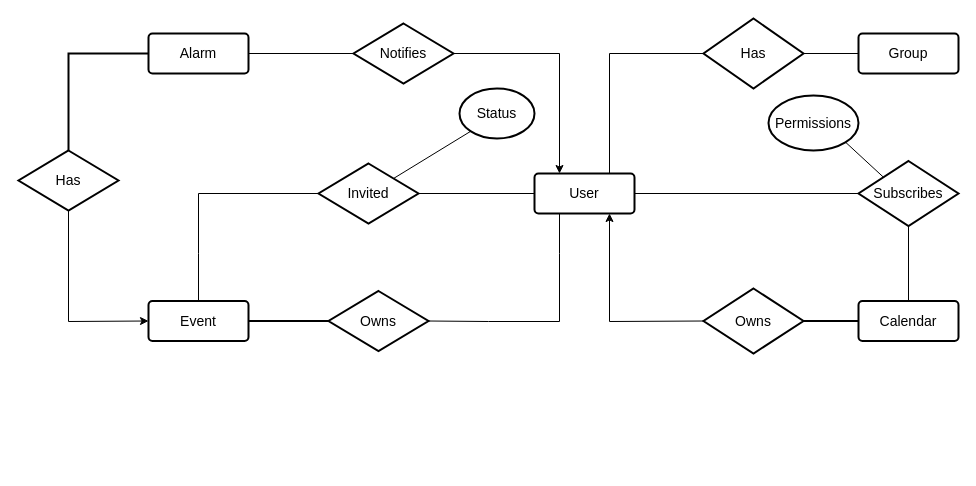
Earlier version of the draw.io diagram ER.drawio (iLostMyEyes/comp3311-ass1). Source tidied: cells renumbered, new cells numbered last; positions are measured from the earlier drawing's top-left corner, leaving out a move shared by most shapes. Both pictures are drawn from the tidied source at 100%, with x=0, y=0 at pixel (18, 18).
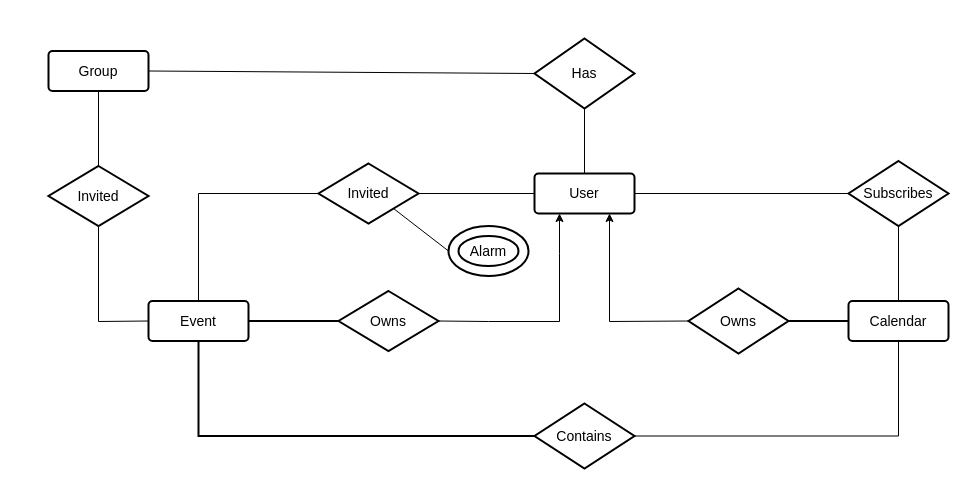
The same page after the edit.

The change refers to these unchanged cells:
```xml
<mxCell id="7" value="User" style="strokeWidth=2;rounded=1;arcSize=10;whiteSpace=wrap;html=1;align=center;fontSize=14;" parent="1" vertex="1">
  <mxGeometry x="516" y="155" width="100" height="40" as="geometry" />
</mxCell>
<mxCell id="11" value="Event" style="strokeWidth=2;rounded=1;arcSize=10;whiteSpace=wrap;html=1;align=center;fontSize=14;" parent="1" vertex="1">
  <mxGeometry x="130" y="282.5" width="100" height="40" as="geometry" />
</mxCell>
<mxCell id="23" value="Invited" style="shape=rhombus;strokeWidth=2;fontSize=17;perimeter=rhombusPerimeter;whiteSpace=wrap;html=1;align=center;fontSize=14;" parent="1" vertex="1">
  <mxGeometry x="300" y="145" width="100" height="60" as="geometry" />
</mxCell>
```

What changed in the source:
```diff
@@
-    <mxCell id="3" style="edgeStyle=none;rounded=0;jettySize=auto;html=1;exitX=0.75;exitY=0;exitDx=0;exitDy=0;entryX=0;entryY=0.5;entryDx=0;entryDy=0;endArrow=none;endFill=0;strokeWidth=1;fontSize=14;" parent="1" edge="1" source="7" target="13">
-      <mxGeometry relative="1" as="geometry">
-        <Array as="points">
-          <mxPoint x="591" y="35" />
-        </Array>
-      </mxGeometry>
-    </mxCell>
-    <mxCell id="4" style="edgeStyle=none;rounded=0;jettySize=auto;html=1;exitX=0.25;exitY=0;exitDx=0;exitDy=0;entryX=1;entryY=0.5;entryDx=0;entryDy=0;endArrow=none;endFill=0;strokeWidth=1;fontSize=14;startArrow=classic;startFill=1;" parent="1" edge="1" source="7" target="26">
-      <mxGeometry relative="1" as="geometry">
-        <Array as="points">
-          <mxPoint x="541" y="35" />
-        </Array>
-      </mxGeometry>
-    </mxCell>
@@
+    <mxCell id="3" style="edgeStyle=none;rounded=0;jettySize=auto;html=1;exitX=0.5;exitY=0;exitDx=0;exitDy=0;entryX=0.5;entryY=1;entryDx=0;entryDy=0;endArrow=none;endFill=0;" parent="1" edge="1" source="7" target="13">
+      <mxGeometry relative="1" as="geometry" />
+    </mxCell>
@@
-    <mxCell id="8" value="Alarm" style="strokeWidth=2;rounded=1;arcSize=10;whiteSpace=wrap;html=1;align=center;fontSize=14;" parent="1" vertex="1">
-      <mxGeometry x="130" y="15" width="100" height="40" as="geometry" />
-    </mxCell>
+    <mxCell id="32" style="edgeStyle=orthogonalEdgeStyle;rounded=0;jettySize=auto;html=1;exitX=0.5;exitY=1;exitDx=0;exitDy=0;entryX=1;entryY=0.5;entryDx=0;entryDy=0;endArrow=none;endFill=0;" parent="1" edge="1" source="9" target="36">
+      <mxGeometry relative="1" as="geometry" />
+    </mxCell>
     <mxCell id="9" value="Calendar" style="strokeWidth=2;rounded=1;arcSize=10;whiteSpace=wrap;html=1;align=center;fontSize=14;" parent="1" vertex="1">
-      <mxGeometry x="840" y="282.5" width="100" height="40" as="geometry" />
+      <mxGeometry x="830" y="282.5" width="100" height="40" as="geometry" />
     </mxCell>
+    <mxCell id="33" style="edgeStyle=none;rounded=0;jettySize=auto;html=1;exitX=0.5;exitY=1;exitDx=0;exitDy=0;entryX=0.5;entryY=0;entryDx=0;entryDy=0;endArrow=none;endFill=0;" parent="1" edge="1" source="10" target="37">
+      <mxGeometry relative="1" as="geometry" />
+    </mxCell>
     <mxCell id="10" value="Group" style="strokeWidth=2;rounded=1;arcSize=10;whiteSpace=wrap;html=1;align=center;fontSize=14;" parent="1" vertex="1">
-      <mxGeometry x="840" y="15" width="100" height="40" as="geometry" />
+      <mxGeometry x="30" y="32.5" width="100" height="40" as="geometry" />
     </mxCell>
+    <mxCell id="34" style="edgeStyle=none;rounded=0;jettySize=auto;html=1;exitX=0;exitY=0.5;exitDx=0;exitDy=0;entryX=0.5;entryY=1;entryDx=0;entryDy=0;endArrow=none;endFill=0;" parent="1" edge="1" source="11" target="37">
+      <mxGeometry relative="1" as="geometry">
+        <Array as="points">
+          <mxPoint x="80" y="303" />
+        </Array>
+      </mxGeometry>
+    </mxCell>
@@
-    <mxCell id="12" style="edgeStyle=orthogonalEdgeStyle;rounded=0;jettySize=auto;html=1;exitX=1;exitY=0.5;exitDx=0;exitDy=0;entryX=0;entryY=0.5;entryDx=0;entryDy=0;endArrow=none;endFill=0;strokeWidth=1;" parent="1" edge="1" source="13" target="10">
+    <mxCell id="12" style="edgeStyle=none;rounded=0;jettySize=auto;html=1;exitX=0;exitY=0.5;exitDx=0;exitDy=0;entryX=1;entryY=0.5;entryDx=0;entryDy=0;endArrow=none;endFill=0;" parent="1" edge="1" source="13" target="10">
       <mxGeometry relative="1" as="geometry" />
     </mxCell>
     <mxCell id="13" value="Has" style="shape=rhombus;strokeWidth=2;fontSize=17;perimeter=rhombusPerimeter;whiteSpace=wrap;html=1;align=center;fontSize=14;" parent="1" vertex="1">
-      <mxGeometry x="685" width="100" height="70" as="geometry" />
+      <mxGeometry x="516" y="20" width="100" height="70" as="geometry" />
     </mxCell>
-    <mxCell id="14" style="edgeStyle=none;rounded=0;jettySize=auto;html=1;exitX=0;exitY=0;exitDx=0;exitDy=0;entryX=1;entryY=1;entryDx=0;entryDy=0;endArrow=none;endFill=0;strokeWidth=1;fontSize=14;" parent="1" edge="1" source="16" target="20">
-      <mxGeometry relative="1" as="geometry" />
-    </mxCell>
@@
     <mxCell id="16" value="Subscribes" style="shape=rhombus;strokeWidth=2;fontSize=17;perimeter=rhombusPerimeter;whiteSpace=wrap;html=1;align=center;fontSize=14;" parent="1" vertex="1">
-      <mxGeometry x="840" y="142.5" width="100" height="65" as="geometry" />
+      <mxGeometry x="830" y="142.5" width="100" height="65" as="geometry" />
     </mxCell>
-    <mxCell id="17" style="edgeStyle=none;rounded=0;jettySize=auto;html=1;exitX=0.5;exitY=1;exitDx=0;exitDy=0;entryX=0;entryY=0.5;entryDx=0;entryDy=0;endArrow=classic;endFill=1;strokeWidth=1;fontSize=14;" parent="1" edge="1" source="19" target="11">
-      <mxGeometry relative="1" as="geometry">
-        <Array as="points">
-          <mxPoint x="50" y="303" />
-        </Array>
-      </mxGeometry>
-    </mxCell>
-    <mxCell id="18" style="edgeStyle=none;rounded=0;jettySize=auto;html=1;exitX=0.5;exitY=0;exitDx=0;exitDy=0;entryX=0;entryY=0.5;entryDx=0;entryDy=0;endArrow=none;endFill=0;strokeWidth=2;fontSize=14;startArrow=none;startFill=0;" parent="1" edge="1" source="19" target="8">
-      <mxGeometry relative="1" as="geometry">
-        <Array as="points">
-          <mxPoint x="50" y="35" />
-        </Array>
-      </mxGeometry>
-    </mxCell>
-    <mxCell id="19" value="Has" style="shape=rhombus;strokeWidth=2;fontSize=17;perimeter=rhombusPerimeter;whiteSpace=wrap;html=1;align=center;fontSize=14;" parent="1" vertex="1">
-      <mxGeometry y="132" width="100" height="60" as="geometry" />
-    </mxCell>
-    <mxCell id="20" value="Permissions" style="ellipse;whiteSpace=wrap;html=1;strokeWidth=2;fontSize=14;" parent="1" vertex="1">
-      <mxGeometry x="750" y="77" width="90" height="55" as="geometry" />
-    </mxCell>
-    <mxCell id="21" style="edgeStyle=none;rounded=0;jettySize=auto;html=1;exitX=0;exitY=0.5;exitDx=0;exitDy=0;entryX=0.5;entryY=0;entryDx=0;entryDy=0;endArrow=none;endFill=0;strokeWidth=1;fontSize=14;" parent="1" edge="1" source="23" target="11">
+    <mxCell id="21" style="edgeStyle=none;rounded=0;jettySize=auto;html=1;exitX=0;exitY=0.5;exitDx=0;exitDy=0;entryX=0.5;entryY=0;entryDx=0;entryDy=0;endArrow=none;endFill=0;" parent="1" edge="1" source="23" target="11">
       <mxGeometry relative="1" as="geometry">
         <Array as="points">
           <mxPoint x="180" y="175" />
-          <mxPoint x="180" y="235" />
         </Array>
       </mxGeometry>
     </mxCell>
-    <mxCell id="22" style="edgeStyle=none;rounded=0;jettySize=auto;html=1;exitX=1;exitY=0;exitDx=0;exitDy=0;entryX=0;entryY=1;entryDx=0;entryDy=0;endArrow=none;endFill=0;strokeWidth=1;fontSize=14;" parent="1" edge="1" source="23" target="24">
-      <mxGeometry relative="1" as="geometry" />
-    </mxCell>
@@
-    <mxCell id="24" value="Status" style="ellipse;whiteSpace=wrap;html=1;strokeWidth=2;fontSize=14;" parent="1" vertex="1">
-      <mxGeometry x="441" y="70" width="75" height="50" as="geometry" />
-    </mxCell>
-    <mxCell id="25" style="edgeStyle=none;rounded=0;jettySize=auto;html=1;exitX=0;exitY=0.5;exitDx=0;exitDy=0;entryX=1;entryY=0.5;entryDx=0;entryDy=0;endArrow=none;endFill=0;strokeWidth=1;fontSize=14;startArrow=none;startFill=0;" parent="1" edge="1" source="26" target="8">
-      <mxGeometry relative="1" as="geometry" />
-    </mxCell>
-    <mxCell id="26" value="Notifies" style="shape=rhombus;strokeWidth=2;fontSize=17;perimeter=rhombusPerimeter;whiteSpace=wrap;html=1;align=center;fontSize=14;" parent="1" vertex="1">
-      <mxGeometry x="335" y="5" width="100" height="60" as="geometry" />
-    </mxCell>
@@
     <mxCell id="28" value="Owns" style="shape=rhombus;strokeWidth=2;fontSize=17;perimeter=rhombusPerimeter;whiteSpace=wrap;html=1;align=center;fontSize=14;" parent="1" vertex="1">
-      <mxGeometry x="685" y="270" width="100" height="65" as="geometry" />
+      <mxGeometry x="670" y="270" width="100" height="65" as="geometry" />
     </mxCell>
@@
-    <mxCell id="30" style="edgeStyle=none;rounded=0;jettySize=auto;html=1;exitX=1;exitY=0.5;exitDx=0;exitDy=0;entryX=0.25;entryY=1;entryDx=0;entryDy=0;endArrow=none;endFill=0;strokeWidth=1;fontSize=14;" parent="1" edge="1" source="31" target="7">
+    <mxCell id="30" style="edgeStyle=none;rounded=0;jettySize=auto;html=1;exitX=1;exitY=0.5;exitDx=0;exitDy=0;entryX=0.25;entryY=1;entryDx=0;entryDy=0;endArrow=classic;endFill=1;strokeWidth=1;fontSize=14;" parent="1" edge="1" source="31" target="7">
       <mxGeometry relative="1" as="geometry">
         <Array as="points">
           <mxPoint x="470" y="303" />
           <mxPoint x="541" y="303" />
           <mxPoint x="541" y="235" />
         </Array>
       </mxGeometry>
     </mxCell>
     <mxCell id="31" value="Owns" style="shape=rhombus;strokeWidth=2;fontSize=17;perimeter=rhombusPerimeter;whiteSpace=wrap;html=1;align=center;fontSize=14;" parent="1" vertex="1">
-      <mxGeometry x="310" y="272.5" width="100" height="60" as="geometry" />
+      <mxGeometry x="320" y="272.5" width="100" height="60" as="geometry" />
     </mxCell>
+    <mxCell id="35" style="edgeStyle=orthogonalEdgeStyle;rounded=0;jettySize=auto;html=1;exitX=0;exitY=0.5;exitDx=0;exitDy=0;entryX=0.5;entryY=1;entryDx=0;entryDy=0;endArrow=none;endFill=0;strokeWidth=2;" parent="1" edge="1" source="36" target="11">
+      <mxGeometry relative="1" as="geometry" />
+    </mxCell>
+    <mxCell id="36" value="Contains" style="shape=rhombus;strokeWidth=2;fontSize=17;perimeter=rhombusPerimeter;whiteSpace=wrap;html=1;align=center;fontSize=14;" parent="1" vertex="1">
+      <mxGeometry x="516" y="385" width="100" height="65" as="geometry" />
+    </mxCell>
+    <mxCell id="37" value="Invited" style="shape=rhombus;strokeWidth=2;fontSize=17;perimeter=rhombusPerimeter;whiteSpace=wrap;html=1;align=center;fontSize=14;" parent="1" vertex="1">
+      <mxGeometry x="30" y="147.5" width="100" height="60" as="geometry" />
+    </mxCell>
+    <mxCell id="38" style="edgeStyle=none;rounded=0;jettySize=auto;html=1;exitX=0;exitY=0.5;exitDx=0;exitDy=0;entryX=1;entryY=1;entryDx=0;entryDy=0;endArrow=none;endFill=0;" parent="1" edge="1" source="8" target="23">
+      <mxGeometry relative="1" as="geometry" />
+    </mxCell>
+    <mxCell id="8" value="Alarm" style="ellipse;shape=doubleEllipse;margin=10;strokeWidth=2;fontSize=14;whiteSpace=wrap;html=1;align=center;" parent="1" vertex="1">
+      <mxGeometry x="430" y="207.5" width="80" height="50" as="geometry" />
+    </mxCell>
```
